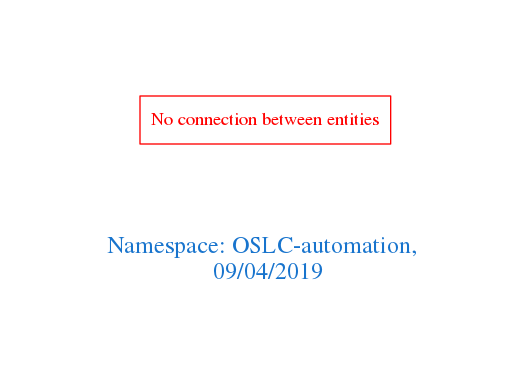
arago/OGIT keeps this Graphviz diagram as downloads/OSLC-automation.png. Above is the earlier version. Its source is kept beside it as downloads/OSLC-automation.dot.
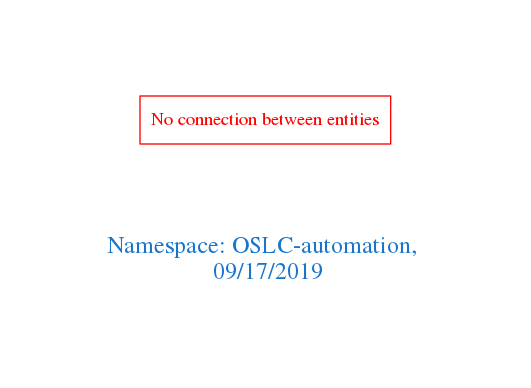
Later version of the same file.

What changed in the source:
```diff
@@ -1,7 +1,7 @@
 digraph OGIT_ontology {
  graph [ rankdir= LR,pad=1
 fontsize = 18,
-fontcolor= dodgerblue3,label = "\n\n\nNamespace: OSLC-automation, \n 09/04/2019"];
+fontcolor= dodgerblue3,label = "\n\n\nNamespace: OSLC-automation, \n 09/17/2019"];
 node[shape=polygon];
 edge [  color="gray81"];
 
```
